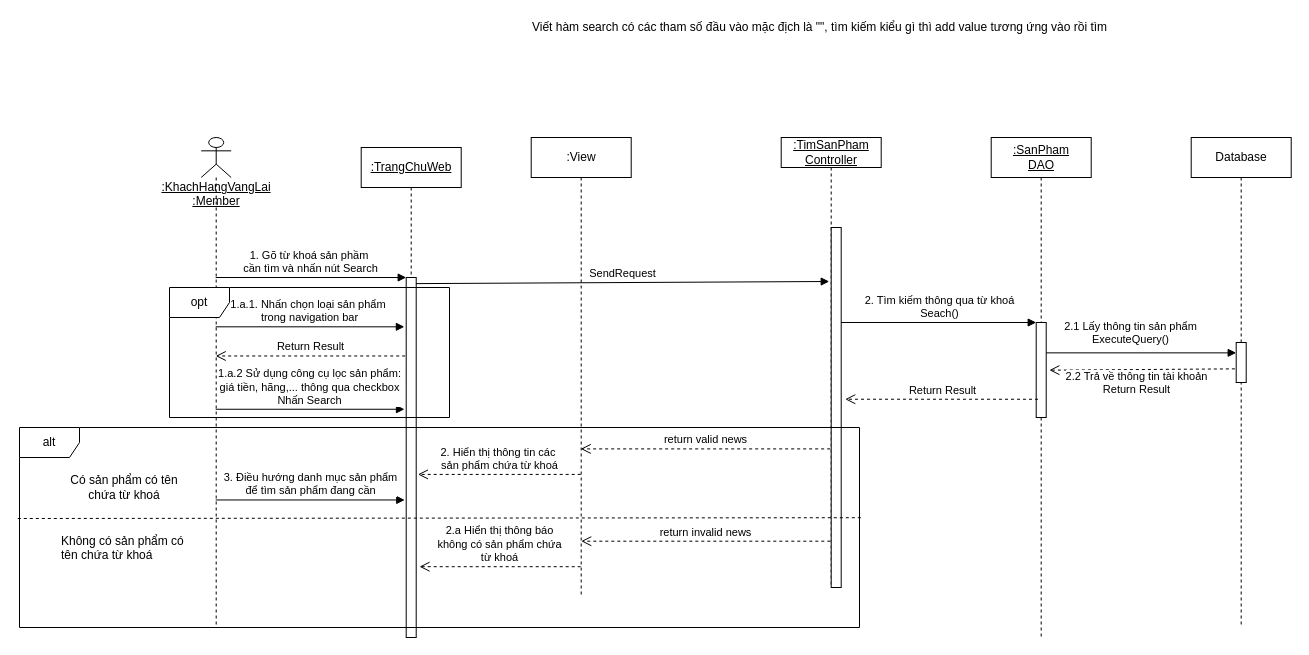
This is page "TraCuuThongTin_ConsequenceDiagram" (7 of 32) of do_an_cong_nghe_phan_mem.drawio from VoVanDuc20110635/DoAnCongNghePhanMem, a draw.io file, before an edit. Source tidied: cells renumbered, new cells numbered last; positions are measured from the earlier drawing's top-left corner, leaving out a move shared by most shapes. Both pictures are drawn from the tidied source at 100%, with x=0, y=0 at pixel (19, 17).
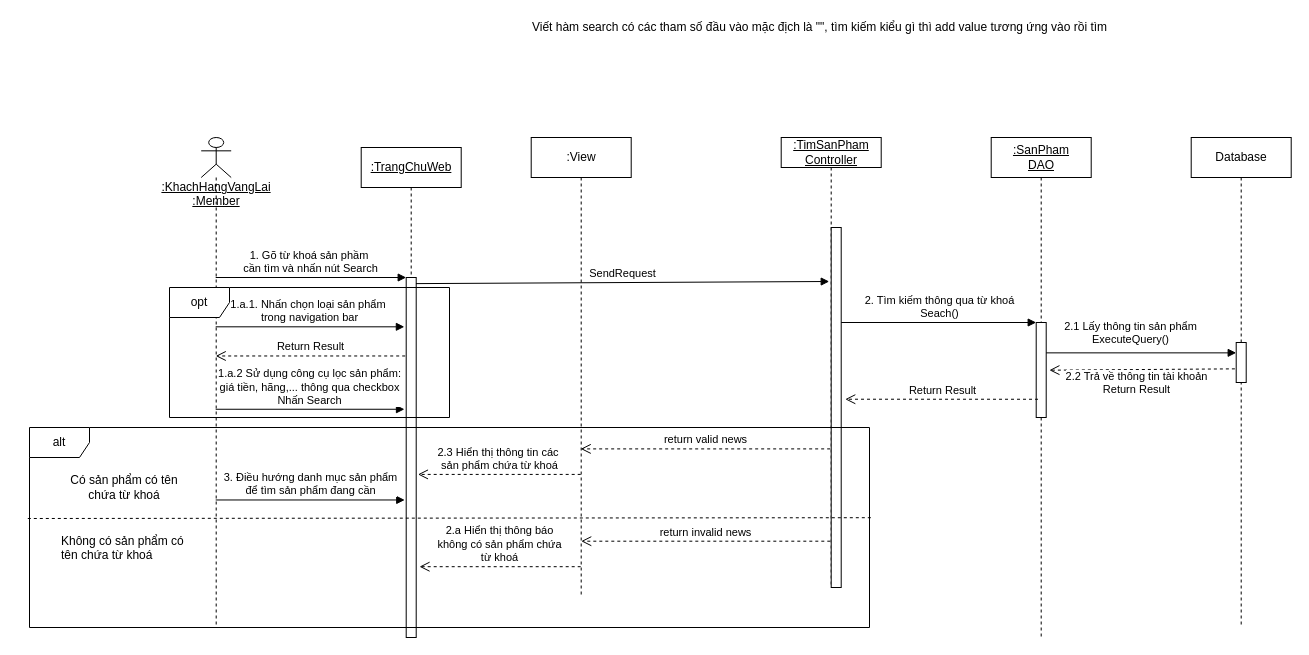
After the change.

The change refers to these unchanged cells:
```xml
<mxCell id="3" style="html=1;points=[];perimeter=orthogonalPerimeter;" parent="2" vertex="1">
  <mxGeometry x="45" y="130" width="10" height="360" as="geometry" />
</mxCell>
<mxCell id="19" value=":View" style="shape=umlLifeline;perimeter=lifelinePerimeter;whiteSpace=wrap;html=1;outlineConnect=0;" parent="1" vertex="1">
  <mxGeometry x="511.7" y="120" width="100" height="460" as="geometry" />
</mxCell>
```

The edit, as a diff of the source:
```diff
@@
-    <mxCell id="9" value="2. Hiển thị thông tin các&amp;nbsp;&lt;br&gt;sản phẩm chứa từ khoá" style="html=1;verticalAlign=bottom;endArrow=open;dashed=1;endSize=8;entryX=1.173;entryY=0.547;entryDx=0;entryDy=0;entryPerimeter=0;" parent="1" edge="1" source="19" target="3">
+    <mxCell id="9" value="2.3 Hiển thị thông tin các&amp;nbsp;&lt;br&gt;sản phẩm chứa từ khoá" style="html=1;verticalAlign=bottom;endArrow=open;dashed=1;endSize=8;entryX=1.173;entryY=0.547;entryDx=0;entryDy=0;entryPerimeter=0;" parent="1" edge="1" source="19" target="3">
       <mxGeometry relative="1" as="geometry" />
     </mxCell>
@@
     <mxCell id="15" value="alt" style="shape=umlFrame;whiteSpace=wrap;html=1;" parent="1" vertex="1">
-      <mxGeometry y="410" width="840" height="200" as="geometry" />
+      <mxGeometry x="10" y="410" width="840" height="200" as="geometry" />
     </mxCell>
```
